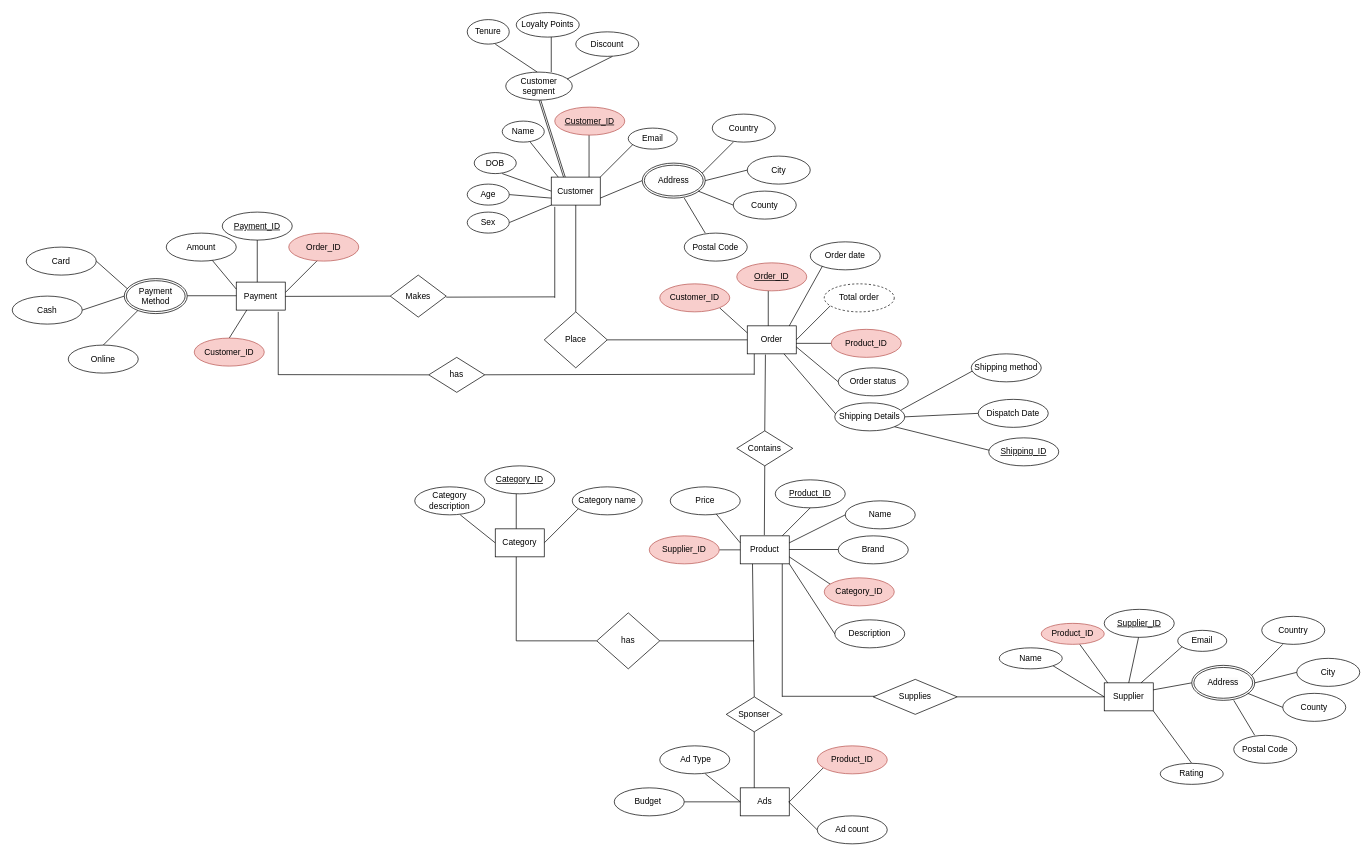
The draw.io diagram E_R_Diagram/Shalvi_ER.drawio in diego-karsa/Data-Management-Group-15, before the edit. Source tidied: cells renumbered, new cells numbered last; positions are measured from the earlier drawing's top-left corner, leaving out a move shared by most shapes. Both pictures are drawn from the tidied source at 70%, with x=0, y=0 at pixel (12, 12).
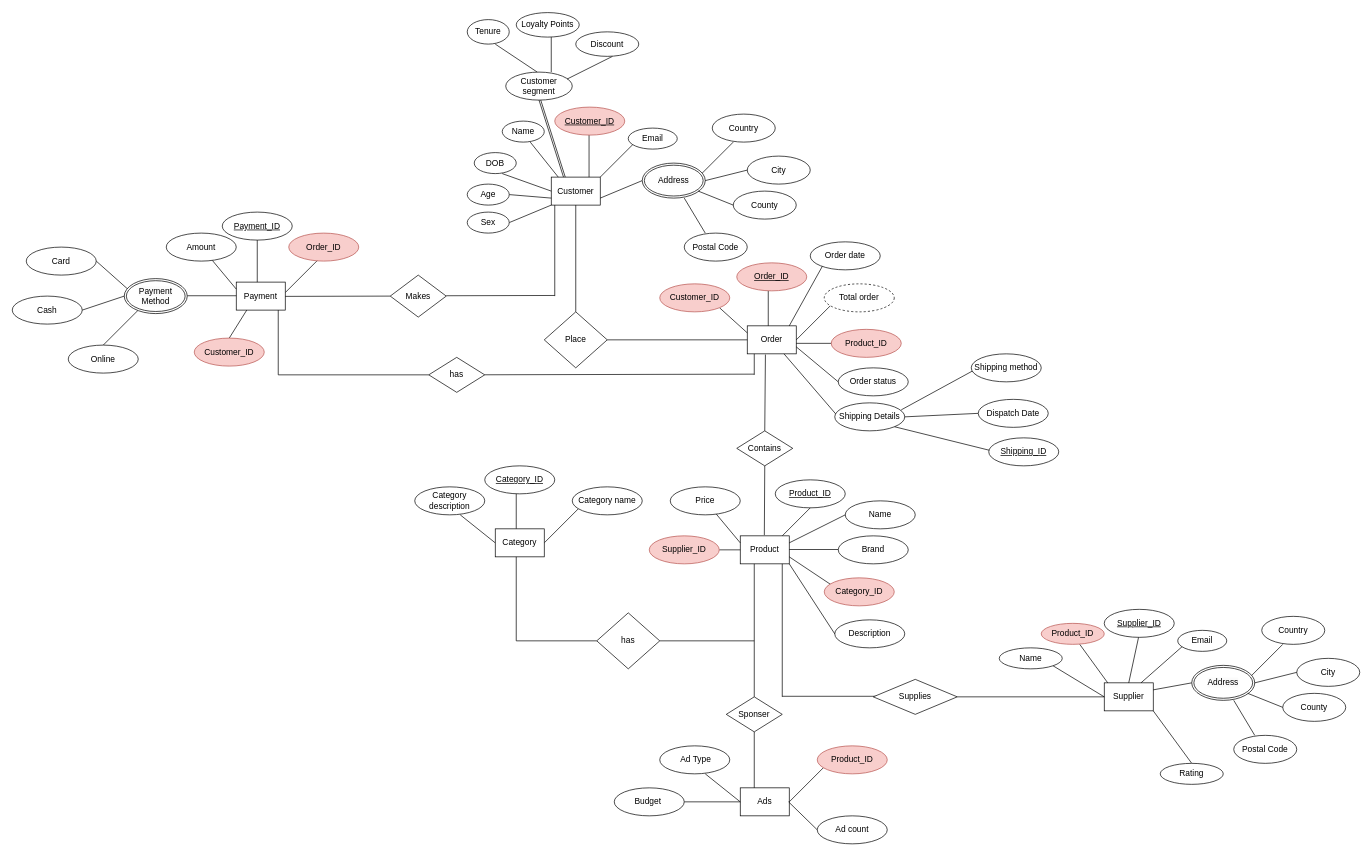
Above is the later version.

Unchanged cells that the change refers to:
```xml
<mxCell id="20" value="Product" style="rounded=0;whiteSpace=wrap;html=1;" parent="1" vertex="1">
  <mxGeometry x="1040" y="748" width="70" height="40" as="geometry" />
</mxCell>
<mxCell id="137" value="Sponser" style="rhombus;whiteSpace=wrap;html=1;shadow=0;sketch=0;" parent="1" vertex="1">
  <mxGeometry x="1020" y="978" width="80" height="50" as="geometry" />
</mxCell>
<mxCell id="150" value="has" style="rhombus;whiteSpace=wrap;html=1;shadow=0;sketch=0;" parent="1" vertex="1">
  <mxGeometry x="595" y="493" width="80" height="50" as="geometry" />
</mxCell>
```

Change to the diagram source:
```diff
@@
-    <mxCell id="130" style="endArrow=none;html=1;exitX=0.5;exitY=0;exitDx=0;exitDy=0;entryX=0.25;entryY=1;entryDx=0;entryDy=0;" parent="1" edge="1" source="137" target="20">
-      <mxGeometry relative="1" as="geometry" />
+    <mxCell id="130" style="endArrow=none;html=1;exitX=0.5;exitY=0;exitDx=0;exitDy=0;" parent="1" edge="1" source="137">
+      <mxGeometry relative="1" as="geometry">
+        <mxPoint x="1060" y="788" as="targetPoint" />
+      </mxGeometry>
     </mxCell>
@@
     <mxCell id="142" style="endArrow=none;html=1;entryX=0;entryY=0.5;entryDx=0;entryDy=0;" parent="1" edge="1">
       <mxGeometry relative="1" as="geometry">
-        <mxPoint x="620" y="407" as="sourcePoint" />
-        <mxPoint x="775" y="406.6" as="targetPoint" />
+        <mxPoint x="620" y="405" as="sourcePoint" />
+        <mxPoint x="775" y="404.6" as="targetPoint" />
       </mxGeometry>
     </mxCell>
     <mxCell id="143" style="endArrow=none;html=1;" parent="1" edge="1">
       <mxGeometry relative="1" as="geometry">
-        <mxPoint x="775" y="408" as="sourcePoint" />
-        <mxPoint x="775" y="278" as="targetPoint" />
+        <mxPoint x="775" y="405.5" as="sourcePoint" />
+        <mxPoint x="775" y="275.5" as="targetPoint" />
       </mxGeometry>
     </mxCell>
@@
     <mxCell id="146" style="endArrow=none;html=1;" parent="1" edge="1">
       <mxGeometry relative="1" as="geometry">
         <mxPoint x="380" y="518" as="sourcePoint" />
-        <mxPoint x="380" y="428" as="targetPoint" />
+        <mxPoint x="380" y="425.5" as="targetPoint" />
       </mxGeometry>
     </mxCell>
     <mxCell id="147" style="endArrow=none;html=1;entryX=0;entryY=0.5;entryDx=0;entryDy=0;" parent="1" edge="1" target="150">
       <mxGeometry relative="1" as="geometry">
-        <mxPoint x="380" y="517.7" as="sourcePoint" />
+        <mxPoint x="380" y="518" as="sourcePoint" />
       </mxGeometry>
     </mxCell>
```
